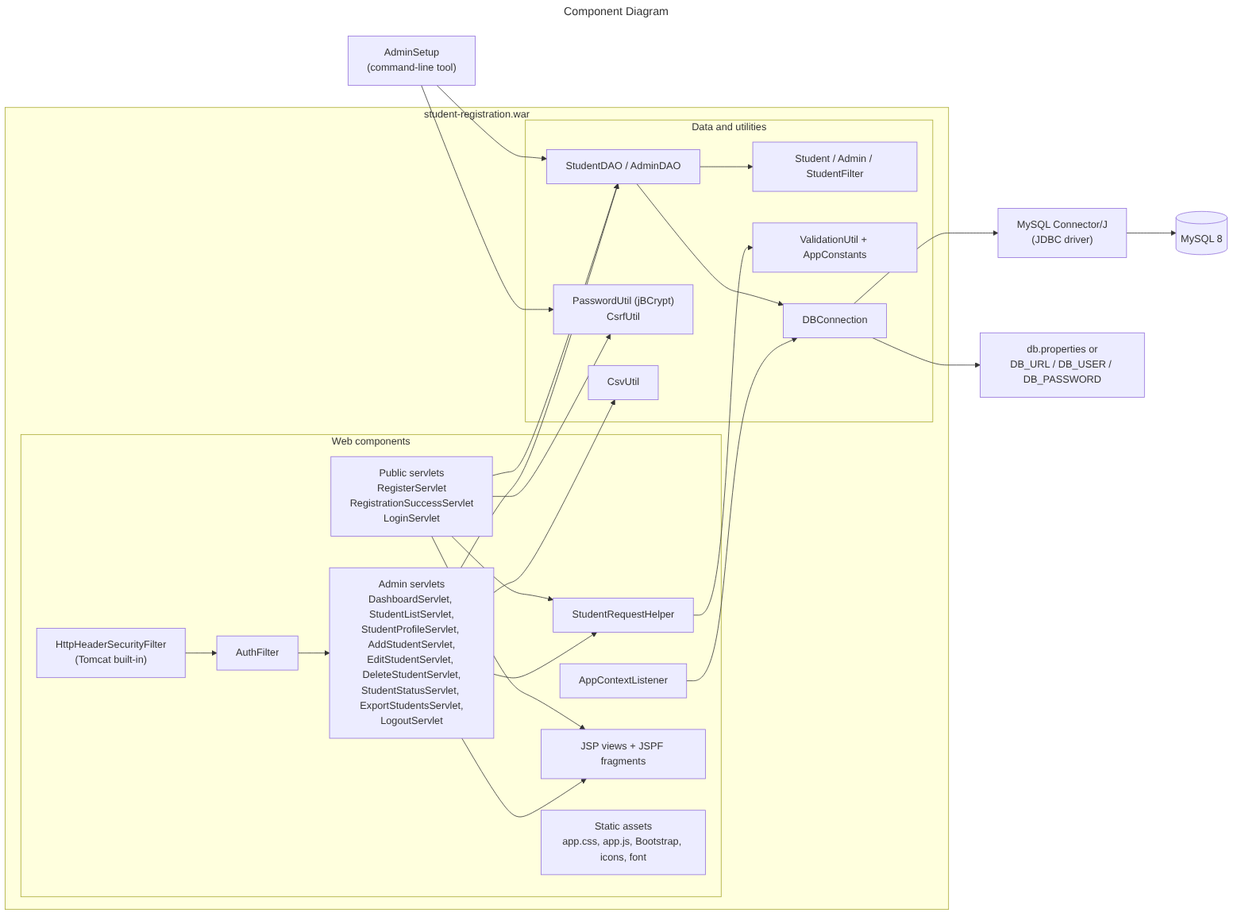
Nikhilnmv/PBLJ-Student_Management_System keeps this Mermaid diagram as docs/diagrams/exports/component-diagram.png. Above is the earlier version. Its source is kept beside it as docs/diagrams/component-diagram.mmd.
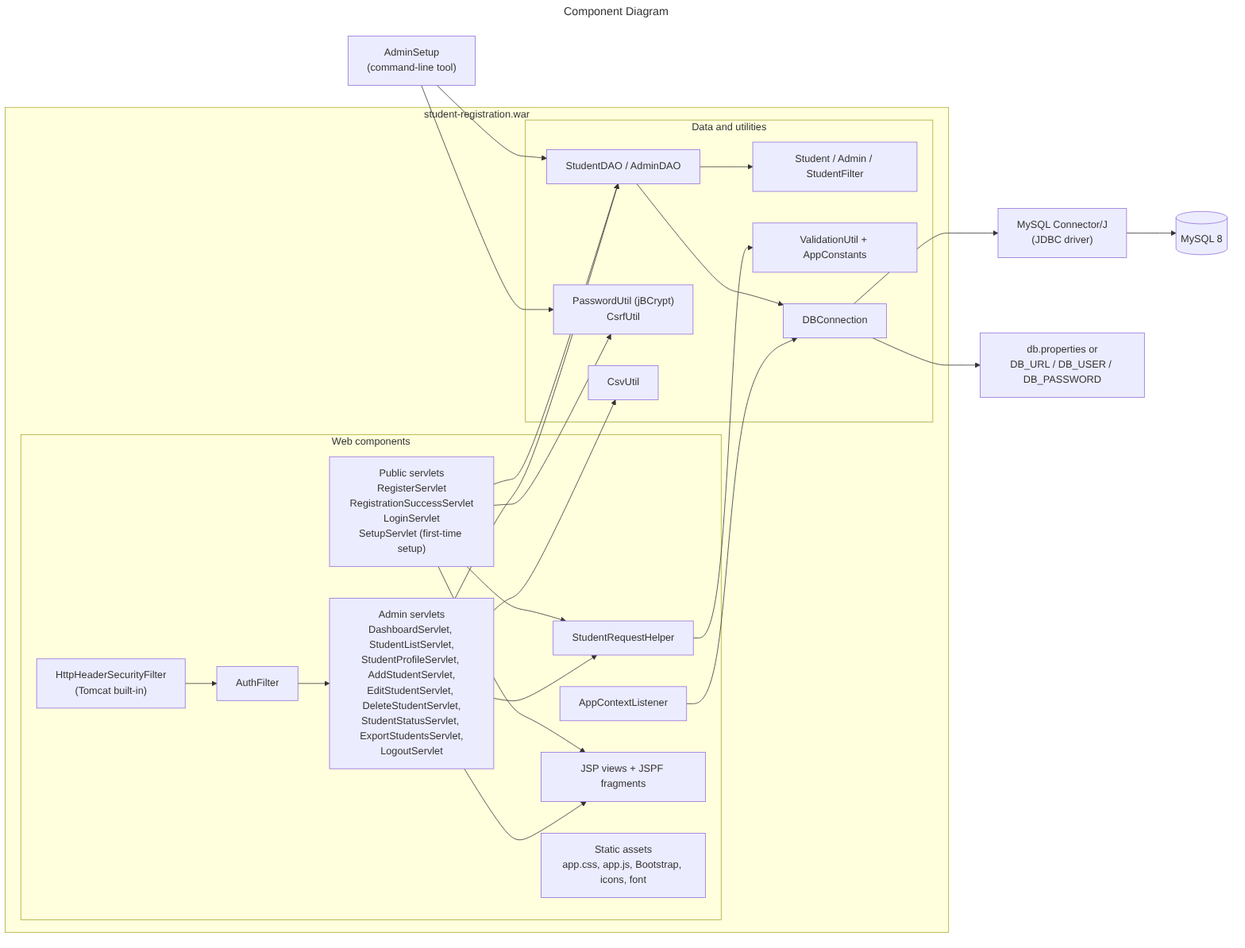
After the commit.

The edit, as a diff of the source:
```diff
@@ -8,7 +8,7 @@
             LIS["AppContextListener"]
             AF["AuthFilter"]
             HSF["HttpHeaderSecurityFilter<br/>(Tomcat built-in)"]
-            PUB["Public servlets<br/>RegisterServlet<br/>RegistrationSuccessServlet<br/>LoginServlet"]
+            PUB["Public servlets<br/>RegisterServlet<br/>RegistrationSuccessServlet<br/>LoginServlet<br/>SetupServlet (first-time setup)"]
             ADM["Admin servlets<br/>DashboardServlet, StudentListServlet,<br/>StudentProfileServlet, AddStudentServlet,<br/>EditStudentServlet, DeleteStudentServlet,<br/>StudentStatusServlet, ExportStudentsServlet,<br/>LogoutServlet"]
             HLP["StudentRequestHelper"]
             JSP["JSP views + JSPF fragments"]
```
